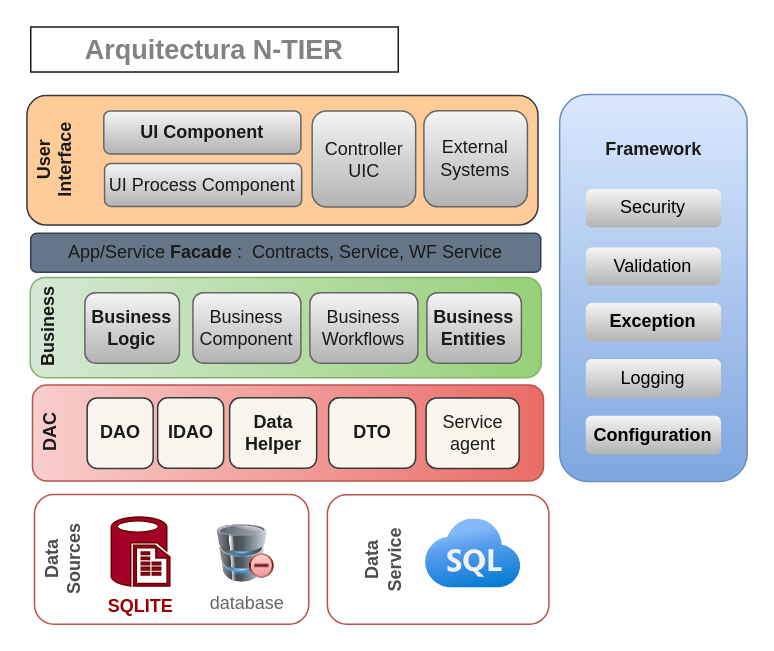
The draw.io diagram design/DArqui.dio in AlejandroTTD/Chapter-Connect-Library, before the edit. Source tidied: cells renumbered, new cells numbered last; positions are measured from the earlier drawing's top-left corner, leaving out a move shared by most shapes. Both pictures are drawn from the tidied source at 150%, with x=0, y=0 at pixel (30, -96).
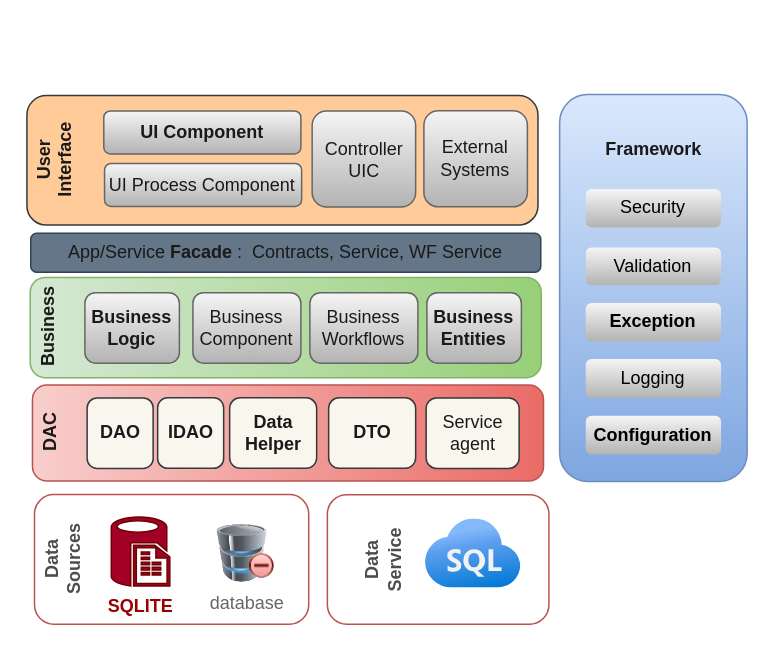
The same diagram, later.

The edit, as a diff of the source:
```diff
@@
-    <mxCell id="4" value="&lt;font color=&quot;#828282&quot; style=&quot;font-size: 18px;&quot;&gt;&lt;b style=&quot;&quot;&gt;Arquitectura N-TIER&lt;/b&gt;&lt;/font&gt;" style="text;html=1;strokeColor=#1D1A19;fillColor=none;align=center;verticalAlign=middle;whiteSpace=wrap;rounded=0;labelBackgroundColor=none;fontColor=#333333;" parent="1" vertex="1">
-      <mxGeometry y="81.5" width="245" height="30" as="geometry" />
-    </mxCell>
```
